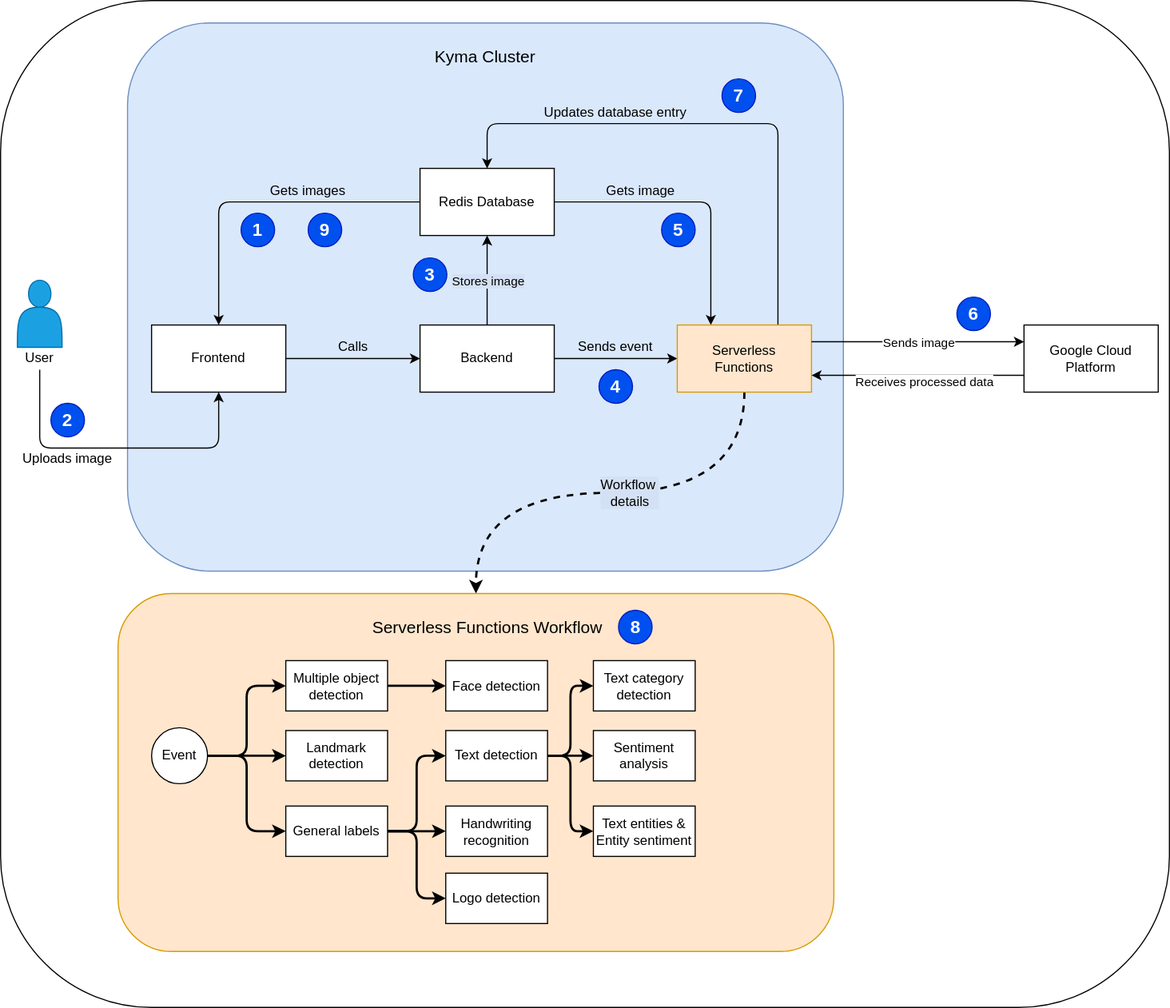
The draw.io diagram docs/assets/diagram_showcase.svg in kyma-incubator/kyma-showcase, before a commit. Source tidied: cells renumbered, new cells last; positions are measured from the earlier drawing's top-left corner, leaving out a move shared by most shapes.
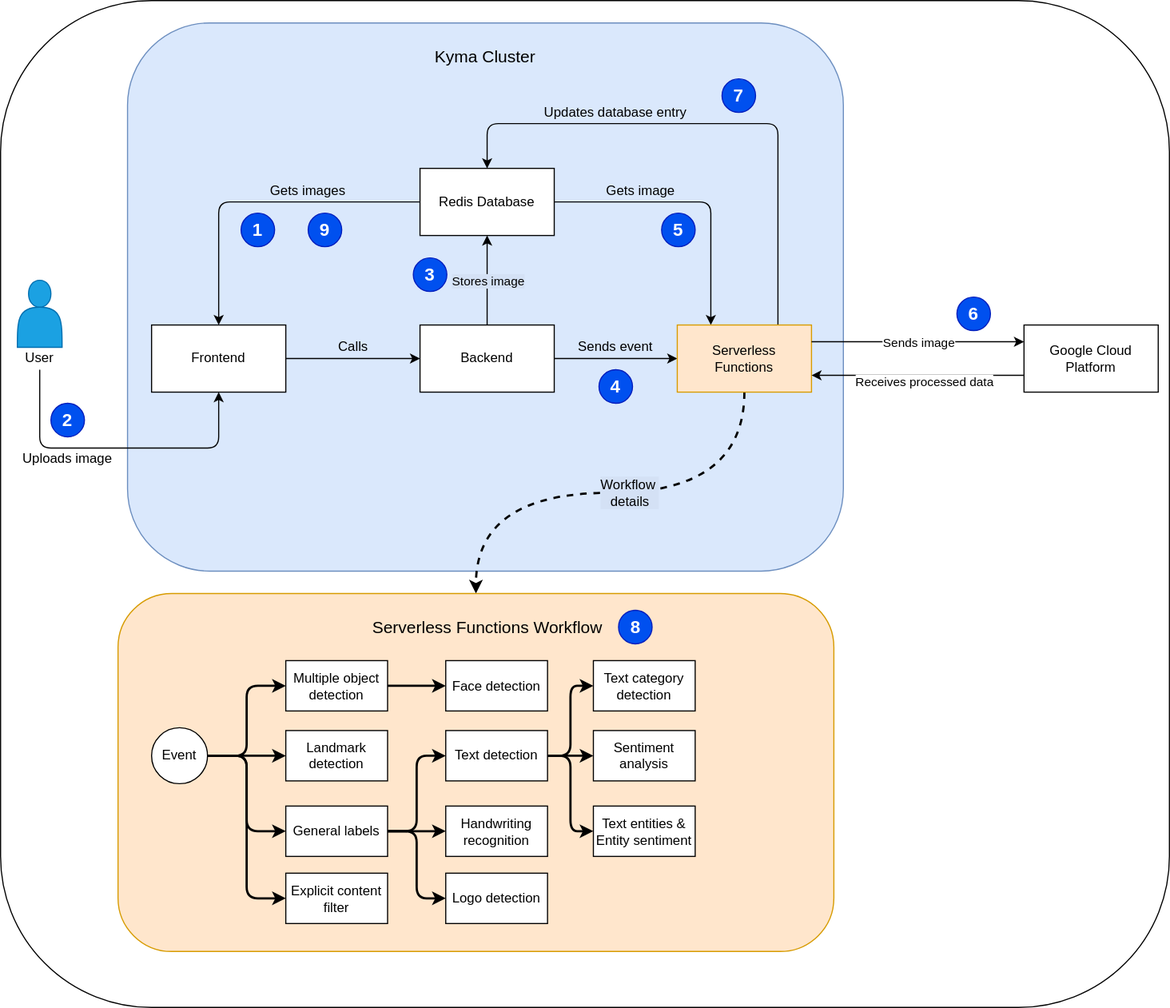
The same diagram one commit later.

The edit, as a diff of the source:
```diff
@@ -215,5 +215,11 @@
     <mxCell id="65" value="&lt;b style=&quot;font-size: 16px&quot;&gt;9&lt;/b&gt;" style="ellipse;whiteSpace=wrap;html=1;fillColor=#0050ef;strokeColor=#001DBC;fontColor=#ffffff;fontSize=16;" parent="1" vertex="1">
       <mxGeometry x="275" y="190" width="30" height="30" as="geometry" />
     </mxCell>
+    <mxCell id="66" value="Explicit content filter" style="rounded=0;whiteSpace=wrap;html=1;labelBackgroundColor=none;fontColor=#000000;" parent="1" vertex="1">
+      <mxGeometry x="255" y="780" width="91" height="45" as="geometry" />
+    </mxCell>
+    <mxCell id="67" style="edgeStyle=orthogonalEdgeStyle;rounded=1;jettySize=auto;html=1;entryX=0;entryY=0.5;entryDx=0;entryDy=0;fontColor=#000000;strokeWidth=2;exitX=1;exitY=0.5;exitDx=0;exitDy=0;" parent="1" edge="1" source="37" target="66">
+      <mxGeometry relative="1" as="geometry" />
+    </mxCell>
   </root>
 </mxGraphModel>
```
